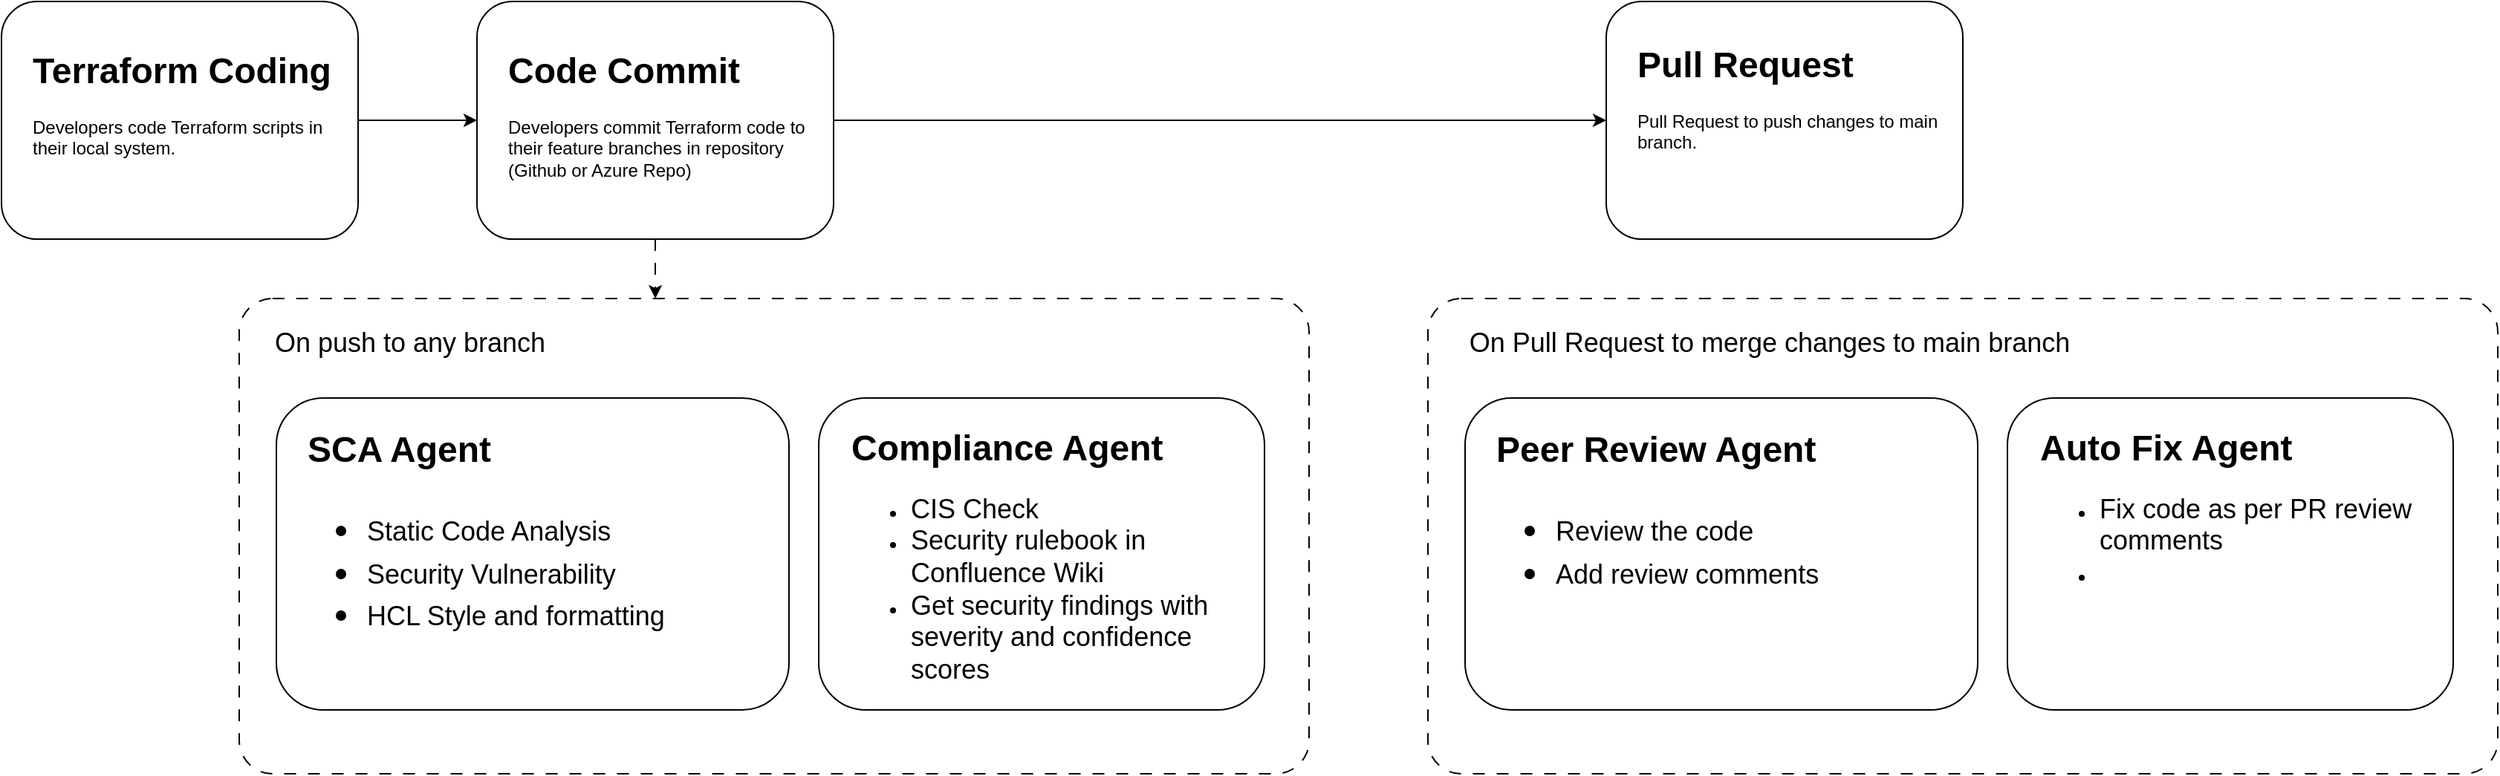
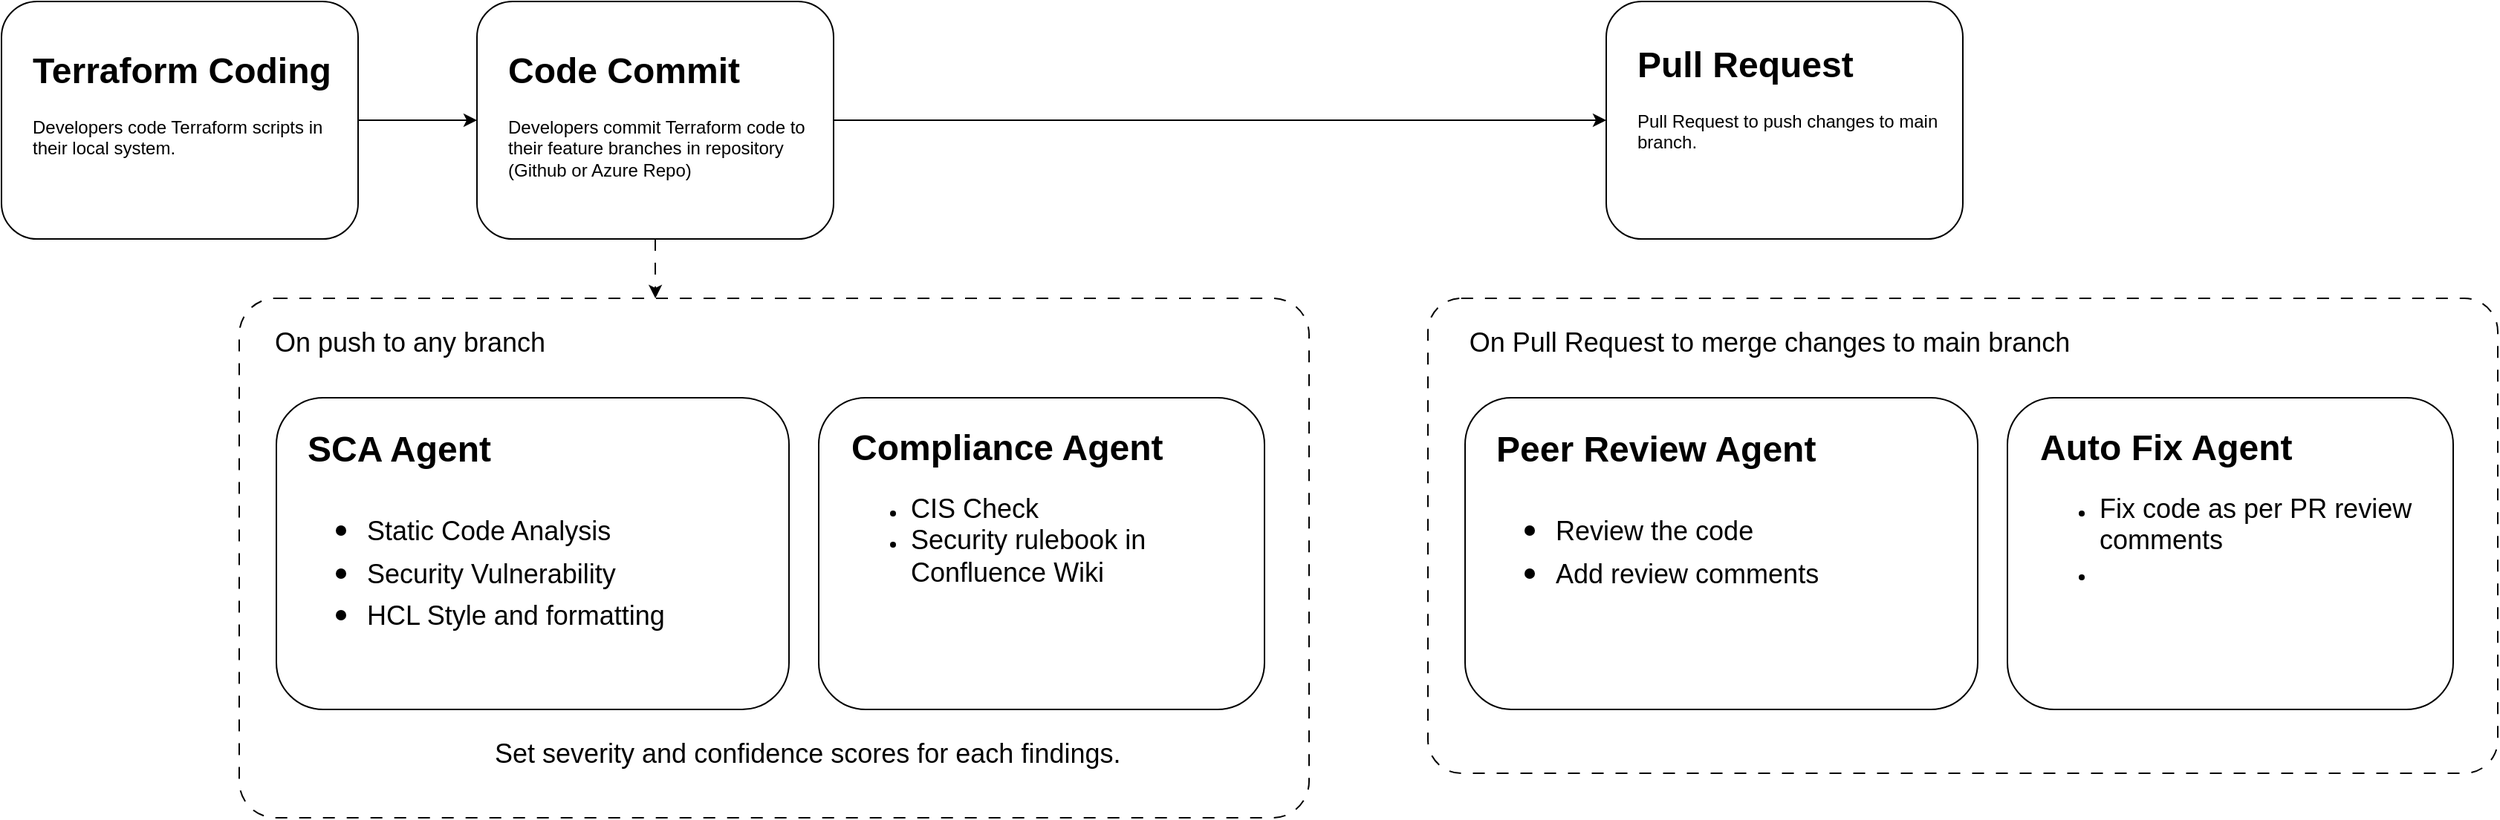
<mxfile host="app.diagrams.net">
  <diagram name="Page-1" id="llQ14HlxIDWXj9B5HY60">
    <mxGraphModel dx="1006" dy="638" grid="1" gridSize="10" guides="1" tooltips="1" connect="1" arrows="1" fold="1" page="1" pageScale="1" pageWidth="850" pageHeight="1100" math="0" shadow="0">
      <root>
        <mxCell id="0" />
        <mxCell id="1" parent="0" />
        <mxCell id="IWc9zJM8tDhvkjJ2dRjy-13" edge="1" parent="1" source="oJW8UGhNAXkty13G2p3x-1" style="edgeStyle=orthogonalEdgeStyle;rounded=0;orthogonalLoop=1;jettySize=auto;html=1;entryX=0;entryY=0.5;entryDx=0;entryDy=0;" target="IWc9zJM8tDhvkjJ2dRjy-1">
          <mxGeometry relative="1" as="geometry" />
        </mxCell>
        <mxCell id="oJW8UGhNAXkty13G2p3x-1" parent="1" style="rounded=1;whiteSpace=wrap;html=1;" value="" vertex="1">
          <mxGeometry height="160" width="240" x="440" y="200" as="geometry" />
        </mxCell>
        <mxCell id="oJW8UGhNAXkty13G2p3x-3" parent="1" style="text;html=1;whiteSpace=wrap;overflow=hidden;rounded=0;" value="&lt;h1 style=&quot;margin-top: 0px;&quot;&gt;Code Commit&lt;/h1&gt;&lt;p&gt;Developers commit Terraform code to their feature branches in repository (Github or Azure Repo)&lt;/p&gt;" vertex="1">
          <mxGeometry height="100" width="210" x="459" y="226" as="geometry" />
        </mxCell>
        <mxCell id="IWc9zJM8tDhvkjJ2dRjy-1" parent="1" style="rounded=1;whiteSpace=wrap;html=1;" value="" vertex="1">
          <mxGeometry height="160" width="240" x="1200" y="200" as="geometry" />
        </mxCell>
        <mxCell id="IWc9zJM8tDhvkjJ2dRjy-2" parent="1" style="text;html=1;whiteSpace=wrap;overflow=hidden;rounded=0;" value="&lt;h1 style=&quot;margin-top: 0px;&quot;&gt;Pull Request&lt;/h1&gt;&lt;p&gt;Pull Request to push changes to main branch.&lt;/p&gt;" vertex="1">
          <mxGeometry height="100" width="210" x="1219" y="222" as="geometry" />
        </mxCell>
        <mxCell id="IWc9zJM8tDhvkjJ2dRjy-12" edge="1" parent="1" source="IWc9zJM8tDhvkjJ2dRjy-3" style="edgeStyle=orthogonalEdgeStyle;rounded=0;orthogonalLoop=1;jettySize=auto;html=1;exitX=1;exitY=0.5;exitDx=0;exitDy=0;entryX=0;entryY=0.5;entryDx=0;entryDy=0;" target="oJW8UGhNAXkty13G2p3x-1">
          <mxGeometry relative="1" as="geometry" />
        </mxCell>
        <mxCell id="IWc9zJM8tDhvkjJ2dRjy-3" parent="1" style="rounded=1;whiteSpace=wrap;html=1;" value="" vertex="1">
          <mxGeometry height="160" width="240" x="120" y="200" as="geometry" />
        </mxCell>
        <mxCell id="IWc9zJM8tDhvkjJ2dRjy-4" parent="1" style="text;html=1;whiteSpace=wrap;overflow=hidden;rounded=0;" value="&lt;h1 style=&quot;margin-top: 0px;&quot;&gt;Terraform Coding&lt;/h1&gt;&lt;p&gt;Developers code Terraform scripts in their local system.&lt;/p&gt;" vertex="1">
          <mxGeometry height="100" width="210" x="139" y="226" as="geometry" />
        </mxCell>
        <mxCell id="IWc9zJM8tDhvkjJ2dRjy-5" parent="1" style="rounded=1;whiteSpace=wrap;html=1;arcSize=7;dashed=1;dashPattern=8 8;" value="" vertex="1">
-           <mxGeometry height="320" width="720" x="280" y="400" as="geometry" />
+           <mxGeometry height="350" width="720" x="280" y="400" as="geometry" />
        </mxCell>
        <mxCell id="IWc9zJM8tDhvkjJ2dRjy-6" parent="1" style="text;html=1;whiteSpace=wrap;strokeColor=none;fillColor=none;align=center;verticalAlign=middle;rounded=0;" value="&lt;font style=&quot;font-size: 18px;&quot;&gt;On push to any branch&lt;/font&gt;" vertex="1">
          <mxGeometry height="30" width="210" x="290" y="415" as="geometry" />
        </mxCell>
        <mxCell id="IWc9zJM8tDhvkjJ2dRjy-7" parent="1" style="rounded=1;whiteSpace=wrap;html=1;" value="" vertex="1">
          <mxGeometry height="210" width="345" x="305" y="467" as="geometry" />
        </mxCell>
        <mxCell id="IWc9zJM8tDhvkjJ2dRjy-8" parent="1" style="text;html=1;whiteSpace=wrap;overflow=hidden;rounded=0;" value="&lt;h1 style=&quot;margin-top: 0px;&quot;&gt;SCA Agent&lt;/h1&gt;&lt;h1 style=&quot;margin-top: 0px;&quot;&gt;&lt;p style=&quot;font-size: 12px; font-weight: 400;&quot;&gt;&lt;/p&gt;&lt;ul&gt;&lt;li&gt;&lt;span style=&quot;font-size: 18px; font-weight: normal;&quot;&gt;Static Code Analysis&lt;/span&gt;&lt;/li&gt;&lt;li&gt;&lt;span style=&quot;font-size: 18px; font-weight: normal;&quot;&gt;Security Vulnerability&lt;/span&gt;&lt;/li&gt;&lt;li&gt;&lt;span style=&quot;font-size: 18px; font-weight: normal;&quot;&gt;HCL Style and formatting&lt;/span&gt;&lt;/li&gt;&lt;/ul&gt;&lt;p&gt;&lt;/p&gt;&lt;/h1&gt;" vertex="1">
          <mxGeometry height="183" width="306" x="324" y="481" as="geometry" />
        </mxCell>
        <mxCell id="IWc9zJM8tDhvkjJ2dRjy-9" parent="1" style="rounded=1;whiteSpace=wrap;html=1;" value="" vertex="1">
          <mxGeometry height="210" width="300" x="670" y="467" as="geometry" />
        </mxCell>
-         <mxCell id="IWc9zJM8tDhvkjJ2dRjy-10" parent="1" style="text;html=1;whiteSpace=wrap;overflow=hidden;rounded=0;" value="&lt;h1 style=&quot;margin-top: 0px;&quot;&gt;Compliance Agent&lt;/h1&gt;&lt;p&gt;&lt;/p&gt;&lt;ul&gt;&lt;li&gt;&lt;span style=&quot;font-size: 18px;&quot;&gt;CIS Check&lt;/span&gt;&lt;/li&gt;&lt;li&gt;&lt;span style=&quot;font-size: 18px;&quot;&gt;Security rulebook in Confluence Wiki&lt;/span&gt;&lt;/li&gt;&lt;li&gt;&lt;span style=&quot;font-size: 18px;&quot;&gt;Get security findings with severity and confidence scores&lt;/span&gt;&lt;/li&gt;&lt;/ul&gt;&lt;p&gt;&lt;/p&gt;" vertex="1">
+         <mxCell id="IWc9zJM8tDhvkjJ2dRjy-10" parent="1" style="text;html=1;whiteSpace=wrap;overflow=hidden;rounded=0;" value="&lt;h1 style=&quot;margin-top: 0px;&quot;&gt;Compliance Agent&lt;/h1&gt;&lt;p&gt;&lt;/p&gt;&lt;ul&gt;&lt;li&gt;&lt;span style=&quot;font-size: 18px;&quot;&gt;CIS Check&lt;/span&gt;&lt;/li&gt;&lt;li&gt;&lt;span style=&quot;font-size: 18px;&quot;&gt;Security rulebook in Confluence Wiki&lt;/span&gt;&lt;/li&gt;&lt;/ul&gt;&lt;p&gt;&lt;/p&gt;" vertex="1">
          <mxGeometry height="180" width="269" x="690" y="480" as="geometry" />
        </mxCell>
        <mxCell id="IWc9zJM8tDhvkjJ2dRjy-11" edge="1" parent="1" source="oJW8UGhNAXkty13G2p3x-1" style="edgeStyle=orthogonalEdgeStyle;rounded=0;orthogonalLoop=1;jettySize=auto;html=1;exitX=0.5;exitY=1;exitDx=0;exitDy=0;entryX=0.389;entryY=0;entryDx=0;entryDy=0;entryPerimeter=0;dashed=1;dashPattern=8 8;" target="IWc9zJM8tDhvkjJ2dRjy-5">
          <mxGeometry relative="1" as="geometry" />
        </mxCell>
        <mxCell id="IWc9zJM8tDhvkjJ2dRjy-14" parent="1" style="rounded=1;whiteSpace=wrap;html=1;arcSize=7;dashed=1;dashPattern=8 8;" value="" vertex="1">
          <mxGeometry height="320" width="720" x="1080" y="400" as="geometry" />
        </mxCell>
        <mxCell id="IWc9zJM8tDhvkjJ2dRjy-15" parent="1" style="text;html=1;whiteSpace=wrap;strokeColor=none;fillColor=none;align=center;verticalAlign=middle;rounded=0;" value="&lt;font style=&quot;font-size: 18px;&quot;&gt;On Pull Request to merge changes to main branch&lt;/font&gt;" vertex="1">
          <mxGeometry height="30" width="440" x="1090" y="415" as="geometry" />
        </mxCell>
        <mxCell id="IWc9zJM8tDhvkjJ2dRjy-16" parent="1" style="rounded=1;whiteSpace=wrap;html=1;" value="" vertex="1">
          <mxGeometry height="210" width="345" x="1105" y="467" as="geometry" />
        </mxCell>
        <mxCell id="IWc9zJM8tDhvkjJ2dRjy-17" parent="1" style="text;html=1;whiteSpace=wrap;overflow=hidden;rounded=0;" value="&lt;h1 style=&quot;margin-top: 0px;&quot;&gt;Peer Review Agent&lt;/h1&gt;&lt;h1 style=&quot;margin-top: 0px;&quot;&gt;&lt;p style=&quot;font-size: 12px; font-weight: 400;&quot;&gt;&lt;/p&gt;&lt;ul&gt;&lt;li&gt;&lt;span style=&quot;font-size: 18px; font-weight: 400;&quot;&gt;Review the code&lt;/span&gt;&lt;/li&gt;&lt;li&gt;&lt;span style=&quot;font-size: 18px; font-weight: 400;&quot;&gt;Add review comments&lt;/span&gt;&lt;/li&gt;&lt;/ul&gt;&lt;p&gt;&lt;/p&gt;&lt;/h1&gt;" vertex="1">
          <mxGeometry height="129" width="306" x="1124" y="481" as="geometry" />
        </mxCell>
        <mxCell id="IWc9zJM8tDhvkjJ2dRjy-18" parent="1" style="rounded=1;whiteSpace=wrap;html=1;" value="" vertex="1">
          <mxGeometry height="210" width="300" x="1470" y="467" as="geometry" />
        </mxCell>
        <mxCell id="IWc9zJM8tDhvkjJ2dRjy-19" parent="1" style="text;html=1;whiteSpace=wrap;overflow=hidden;rounded=0;" value="&lt;h1 style=&quot;margin-top: 0px;&quot;&gt;Auto Fix Agent&lt;/h1&gt;&lt;p&gt;&lt;/p&gt;&lt;ul&gt;&lt;li&gt;&lt;span style=&quot;font-size: 18px;&quot;&gt;Fix code as per PR review comments&lt;/span&gt;&lt;/li&gt;&lt;li&gt;&lt;span style=&quot;font-size: 18px;&quot;&gt;&lt;br&gt;&lt;/span&gt;&lt;/li&gt;&lt;/ul&gt;&lt;p&gt;&lt;/p&gt;" vertex="1">
          <mxGeometry height="127" width="269" x="1490" y="480" as="geometry" />
        </mxCell>
+         <mxCell id="IWc9zJM8tDhvkjJ2dRjy-20" parent="1" style="text;whiteSpace=wrap;fontSize=18;" value="Set severity and confidence scores for each findings." vertex="1">
+           <mxGeometry height="40" width="440" x="450" y="690" as="geometry" />
+         </mxCell>
      </root>
    </mxGraphModel>
  </diagram>
</mxfile>
